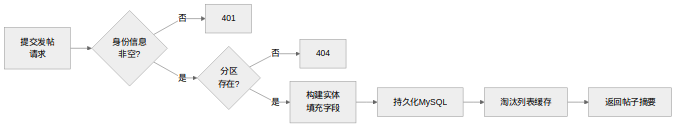
Wkjlovec/graduation_project_zhuang keeps this Mermaid diagram as docs/diagrams/fig4-8-post-publish-flow.png. Above is the earlier version. Its source is kept beside it as docs/diagrams/fig4-8-post-publish-flow.mmd.
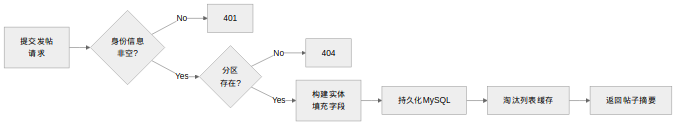
The same diagram one commit later.

What changed in the source:
```diff
@@ -1,10 +1,10 @@
 %%{init: {'theme': 'neutral', 'flowchart': {'curve': 'linear', 'rankSpacing': 40, 'nodeSpacing': 25}}}%%
 graph LR
     A["提交发帖\n请求"] --> B{"身份信息\n非空?"}
-    B -->|否| C["401"]
-    B -->|是| D{"分区\n存在?"}
-    D -->|否| E["404"]
-    D -->|是| F["构建实体\n填充字段"]
+    B -->|No| C["401"]
+    B -->|Yes| D{"分区\n存在?"}
+    D -->|No| E["404"]
+    D -->|Yes| F["构建实体\n填充字段"]
     F --> G["持久化MySQL"]
     G --> H["淘汰列表缓存"]
     H --> I["返回帖子摘要"]
```
